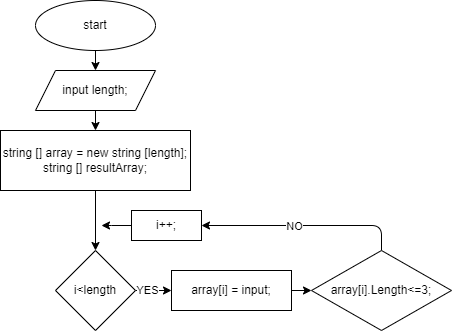
This is algorythm.drawio.png from hugeelf/result_1, a draw.io export, as it was before one commit. Source tidied: cells renumbered, new cells last; positions are measured from the earlier drawing's top-left corner, leaving out a move shared by most shapes.
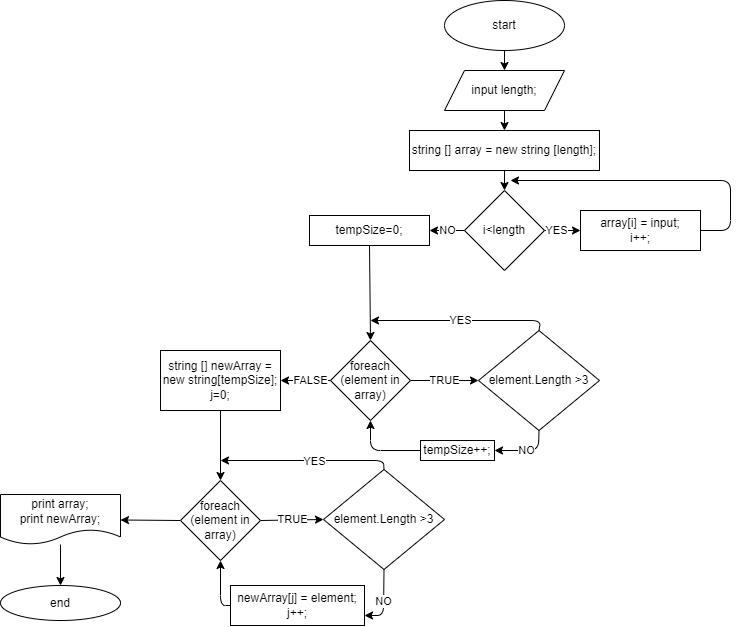
Later version of the same file.

Commit message:
add full algorythm

Diff of the diagram source:
```diff
@@ -13,8 +13,8 @@
     <mxCell id="4" style="edgeStyle=none;html=1;exitX=0.5;exitY=1;exitDx=0;exitDy=0;entryX=0.5;entryY=0;entryDx=0;entryDy=0;" parent="1" edge="1" source="5" target="9">
       <mxGeometry relative="1" as="geometry" />
     </mxCell>
-    <mxCell id="5" value="&lt;span&gt;string [] array = new string [length];&lt;/span&gt;&lt;br&gt;&lt;span&gt;string [] resultArray;&lt;/span&gt;" style="rounded=0;whiteSpace=wrap;html=1;" parent="1" vertex="1">
-      <mxGeometry y="130" width="190" height="60" as="geometry" />
+    <mxCell id="5" value="&lt;span&gt;string [] array = new string [length];&lt;/span&gt;" style="rounded=0;whiteSpace=wrap;html=1;" parent="1" vertex="1">
+      <mxGeometry y="130" width="190" height="40" as="geometry" />
     </mxCell>
     <mxCell id="6" style="edgeStyle=none;html=1;exitX=0.5;exitY=1;exitDx=0;exitDy=0;" parent="1" edge="1" source="7" target="5">
       <mxGeometry relative="1" as="geometry" />
@@ -25,41 +25,126 @@
     <mxCell id="8" value="YES" style="edgeStyle=none;html=1;exitX=1;exitY=0.5;exitDx=0;exitDy=0;entryX=0;entryY=0.5;entryDx=0;entryDy=0;" parent="1" edge="1" source="9" target="11">
       <mxGeometry x="-0.3" relative="1" as="geometry" />
     </mxCell>
+    <mxCell id="17" value="NO" style="edgeStyle=none;html=1;exitX=0;exitY=0.5;exitDx=0;exitDy=0;entryX=1;entryY=0.5;entryDx=0;entryDy=0;" parent="1" edge="1" source="9" target="19">
+      <mxGeometry relative="1" as="geometry" />
+    </mxCell>
     <mxCell id="9" value="i&amp;lt;length" style="rhombus;whiteSpace=wrap;html=1;" parent="1" vertex="1">
-      <mxGeometry x="55" y="250" width="80" height="80" as="geometry" />
+      <mxGeometry x="55" y="190" width="80" height="80" as="geometry" />
     </mxCell>
-    <mxCell id="10" style="edgeStyle=none;html=1;exitX=1;exitY=0.5;exitDx=0;exitDy=0;entryX=0;entryY=0.5;entryDx=0;entryDy=0;" parent="1" edge="1" source="11" target="14">
-      <mxGeometry relative="1" as="geometry" />
+    <mxCell id="10" style="edgeStyle=none;html=1;exitX=1;exitY=0.5;exitDx=0;exitDy=0;" parent="1" edge="1" source="11">
+      <mxGeometry relative="1" as="geometry">
+        <mxPoint x="101" y="180" as="targetPoint" />
+        <Array as="points">
+          <mxPoint x="321" y="230" />
+          <mxPoint x="321" y="180" />
+        </Array>
+      </mxGeometry>
     </mxCell>
-    <mxCell id="11" value="array[i] = input;" style="rounded=0;whiteSpace=wrap;html=1;" parent="1" vertex="1">
-      <mxGeometry x="171" y="270" width="120" height="40" as="geometry" />
+    <mxCell id="11" value="array[i] = input;&lt;br&gt;i++;" style="rounded=0;whiteSpace=wrap;html=1;" parent="1" vertex="1">
+      <mxGeometry x="171" y="210" width="120" height="40" as="geometry" />
     </mxCell>
-    <mxCell id="12" style="edgeStyle=none;html=1;exitX=0.5;exitY=0;exitDx=0;exitDy=0;entryX=1;entryY=0.5;entryDx=0;entryDy=0;" parent="1" edge="1" source="14" target="16">
-      <mxGeometry relative="1" as="geometry">
-        <Array as="points">
-          <mxPoint x="381" y="225" />
-        </Array>
-      </mxGeometry>
-    </mxCell>
+    <mxCell id="18" style="edgeStyle=none;html=1;exitX=0.5;exitY=1;exitDx=0;exitDy=0;entryX=0.5;entryY=0;entryDx=0;entryDy=0;" parent="1" edge="1" source="19" target="22">
+      <mxGeometry relative="1" as="geometry" />
+    </mxCell>
+    <mxCell id="19" value="tempSize=0;" style="rounded=0;whiteSpace=wrap;html=1;" parent="1" vertex="1">
+      <mxGeometry x="-100" y="215" width="120" height="30" as="geometry" />
+    </mxCell>
+    <mxCell id="20" value="TRUE" style="edgeStyle=none;html=1;exitX=1;exitY=0.5;exitDx=0;exitDy=0;entryX=0;entryY=0.5;entryDx=0;entryDy=0;" parent="1" edge="1" source="22" target="25">
+      <mxGeometry relative="1" as="geometry" />
+    </mxCell>
+    <mxCell id="21" value="FALSE" style="edgeStyle=none;html=1;exitX=0;exitY=0.5;exitDx=0;exitDy=0;" parent="1" edge="1" source="22">
+      <mxGeometry x="-0.2" relative="1" as="geometry">
+        <mxPoint x="-129" y="380" as="targetPoint" />
+      </mxGeometry>
+    </mxCell>
+    <mxCell id="22" value="foreach (element in array)" style="rhombus;whiteSpace=wrap;html=1;" parent="1" vertex="1">
+      <mxGeometry x="-79" y="340" width="80" height="80" as="geometry" />
+    </mxCell>
+    <mxCell id="23" value="YES" style="edgeStyle=none;html=1;exitX=0.5;exitY=0;exitDx=0;exitDy=0;" parent="1" edge="1" source="25">
+      <mxGeometry relative="1" as="geometry">
+        <mxPoint x="-39" y="320" as="targetPoint" />
+        <Array as="points">
+          <mxPoint x="131" y="320" />
+        </Array>
+      </mxGeometry>
+    </mxCell>
+    <mxCell id="24" style="edgeStyle=none;html=1;exitX=0.5;exitY=1;exitDx=0;exitDy=0;entryX=1;entryY=0.5;entryDx=0;entryDy=0;" parent="1" edge="1" source="25" target="27">
+      <mxGeometry relative="1" as="geometry">
+        <Array as="points">
+          <mxPoint x="129" y="450" />
+        </Array>
+      </mxGeometry>
+    </mxCell>
-    <mxCell id="13" value="NO" style="edgeLabel;html=1;align=center;verticalAlign=middle;" parent="12" vertex="1">
-      <mxGeometry x="0.01" y="1" relative="1" as="geometry">
-        <mxPoint x="-9" as="offset" />
-      </mxGeometry>
+    <mxCell id="13" value="NO" style="edgeLabel;html=1;align=center;verticalAlign=middle;" parent="24" vertex="1">
+      <mxGeometry x="0.02" relative="1" as="geometry" />
     </mxCell>
-    <mxCell id="14" value="array[i].Length&amp;lt;=3;" style="rhombus;whiteSpace=wrap;html=1;" parent="1" vertex="1">
-      <mxGeometry x="311" y="250" width="140" height="80" as="geometry" />
-    </mxCell>
-    <mxCell id="15" style="edgeStyle=none;html=1;exitX=0;exitY=0.5;exitDx=0;exitDy=0;" parent="1" edge="1" source="16">
-      <mxGeometry relative="1" as="geometry">
-        <mxPoint x="101" y="225" as="targetPoint" />
-        <Array as="points">
-          <mxPoint x="101" y="225" />
-          <mxPoint x="111" y="225" />
-        </Array>
-      </mxGeometry>
-    </mxCell>
-    <mxCell id="16" value="i++;" style="rounded=0;whiteSpace=wrap;html=1;" parent="1" vertex="1">
-      <mxGeometry x="131" y="210" width="70" height="30" as="geometry" />
-    </mxCell>
+    <mxCell id="25" value="element.Length &amp;gt;3" style="rhombus;whiteSpace=wrap;html=1;" parent="1" vertex="1">
+      <mxGeometry x="69" y="330" width="121" height="100" as="geometry" />
+    </mxCell>
+    <mxCell id="26" style="edgeStyle=none;html=1;exitX=0;exitY=0.5;exitDx=0;exitDy=0;entryX=0.5;entryY=1;entryDx=0;entryDy=0;" parent="1" edge="1" source="27" target="22">
+      <mxGeometry relative="1" as="geometry">
+        <Array as="points">
+          <mxPoint x="-39" y="450" />
+        </Array>
+      </mxGeometry>
+    </mxCell>
+    <mxCell id="27" value="tempSize++;" style="rounded=0;whiteSpace=wrap;html=1;" parent="1" vertex="1">
+      <mxGeometry x="11" y="440" width="74" height="20" as="geometry" />
+    </mxCell>
+    <mxCell id="28" style="edgeStyle=none;html=1;exitX=0.5;exitY=1;exitDx=0;exitDy=0;entryX=0.5;entryY=0;entryDx=0;entryDy=0;" parent="1" edge="1" source="29" target="32">
+      <mxGeometry relative="1" as="geometry" />
+    </mxCell>
+    <mxCell id="29" value="string [] newArray = new string[tempSize];&lt;br&gt;j=0;" style="rounded=0;whiteSpace=wrap;html=1;" parent="1" vertex="1">
+      <mxGeometry x="-249" y="350" width="120" height="60" as="geometry" />
+    </mxCell>
+    <mxCell id="30" value="TRUE" style="edgeStyle=none;html=1;exitX=1;exitY=0.5;exitDx=0;exitDy=0;entryX=0;entryY=0.5;entryDx=0;entryDy=0;" parent="1" edge="1" source="32" target="36">
+      <mxGeometry relative="1" as="geometry" />
+    </mxCell>
+    <mxCell id="31" style="edgeStyle=none;html=1;exitX=0;exitY=0.5;exitDx=0;exitDy=0;" parent="1" edge="1" source="32" target="40">
+      <mxGeometry relative="1" as="geometry" />
+    </mxCell>
+    <mxCell id="32" value="foreach (element in array)" style="rhombus;whiteSpace=wrap;html=1;" parent="1" vertex="1">
+      <mxGeometry x="-229" y="480" width="80" height="80" as="geometry" />
+    </mxCell>
+    <mxCell id="33" style="edgeStyle=none;html=1;exitX=0.5;exitY=0;exitDx=0;exitDy=0;" parent="1" edge="1" source="36">
+      <mxGeometry relative="1" as="geometry">
+        <mxPoint x="-189" y="460" as="targetPoint" />
+        <Array as="points">
+          <mxPoint x="-26" y="460" />
+        </Array>
+      </mxGeometry>
+    </mxCell>
+    <mxCell id="34" value="YES" style="edgeLabel;html=1;align=center;verticalAlign=middle;" parent="33" vertex="1">
+      <mxGeometry x="-0.08" y="1" relative="1" as="geometry" />
+    </mxCell>
+    <mxCell id="35" value="NO" style="edgeStyle=none;html=1;exitX=0.5;exitY=1;exitDx=0;exitDy=0;entryX=1;entryY=0.75;entryDx=0;entryDy=0;" parent="1" edge="1" source="36" target="38">
+      <mxGeometry relative="1" as="geometry">
+        <Array as="points">
+          <mxPoint x="-26" y="615" />
+        </Array>
+      </mxGeometry>
+    </mxCell>
+    <mxCell id="36" value="element.Length &amp;gt;3" style="rhombus;whiteSpace=wrap;html=1;" parent="1" vertex="1">
+      <mxGeometry x="-86" y="469" width="121" height="100" as="geometry" />
+    </mxCell>
+    <mxCell id="37" style="edgeStyle=none;html=1;exitX=0;exitY=0.5;exitDx=0;exitDy=0;entryX=0.5;entryY=1;entryDx=0;entryDy=0;" parent="1" edge="1" source="38" target="32">
+      <mxGeometry relative="1" as="geometry">
+        <Array as="points">
+          <mxPoint x="-189" y="605" />
+        </Array>
+      </mxGeometry>
+    </mxCell>
+    <mxCell id="38" value="newArray[j] = element;&lt;br&gt;j++;" style="rounded=0;whiteSpace=wrap;html=1;" parent="1" vertex="1">
+      <mxGeometry x="-179" y="585" width="134" height="40" as="geometry" />
+    </mxCell>
+    <mxCell id="39" style="edgeStyle=none;html=1;" parent="1" edge="1" source="40" target="41">
+      <mxGeometry relative="1" as="geometry" />
+    </mxCell>
+    <mxCell id="40" value="print array;&lt;br&gt;print newArray;" style="shape=document;whiteSpace=wrap;html=1;boundedLbl=1;" parent="1" vertex="1">
+      <mxGeometry x="-409" y="494" width="120" height="50" as="geometry" />
+    </mxCell>
+    <mxCell id="41" value="end" style="ellipse;whiteSpace=wrap;html=1;" parent="1" vertex="1">
+      <mxGeometry x="-409" y="585" width="120" height="35" as="geometry" />
+    </mxCell>
   </root>
 </mxGraphModel>
```
